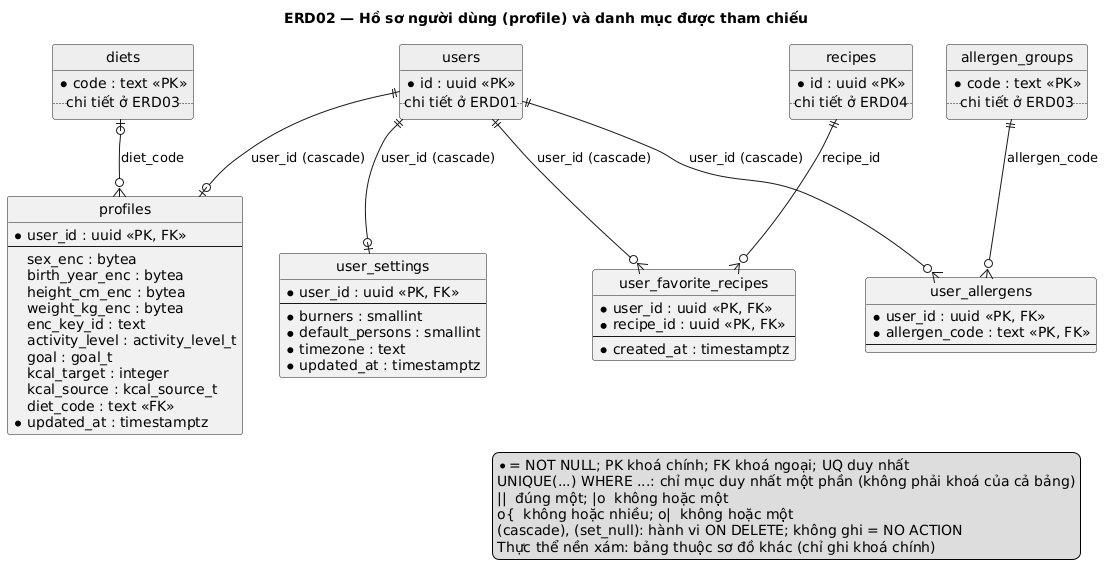
Above: docs/uml/out/erd/ERD02-ho-so.png in NamBuw/Tastoria (PlantUML), before the change. Source of this version:
```plantuml
@startuml
title ERD02 — Hồ sơ người dùng (profile) và danh mục được tham chiếu
hide circle

entity "profiles" as profiles {
  * user_id : uuid <<PK, FK>>
  --
    sex_enc : bytea
    birth_year_enc : bytea
    height_cm_enc : bytea
    weight_kg_enc : bytea
    enc_key_id : text
    activity_level : activity_level_t
    goal : goal_t
    kcal_target : integer
    kcal_source : kcal_source_t
    diet_code : text <<FK>>
  * updated_at : timestamptz
}
entity "user_allergens" as user_allergens {
  * user_id : uuid <<PK, FK>>
  * allergen_code : text <<PK, FK>>
  --
}
entity "user_favorite_recipes" as user_favorite_recipes {
  * user_id : uuid <<PK, FK>>
  * recipe_id : uuid <<PK, FK>>
  --
  * created_at : timestamptz
}
entity "user_settings" as user_settings {
  * user_id : uuid <<PK, FK>>
  --
  * burners : smallint
  * default_persons : smallint
  * timezone : text
  * updated_at : timestamptz
}
entity "users" as users #EEEEEE {
  * id : uuid <<PK>>
  .. chi tiết ở ERD01 ..
}
entity "diets" as diets #EEEEEE {
  * code : text <<PK>>
  .. chi tiết ở ERD03 ..
}
entity "allergen_groups" as allergen_groups #EEEEEE {
  * code : text <<PK>>
  .. chi tiết ở ERD03 ..
}
entity "recipes" as recipes #EEEEEE {
  * id : uuid <<PK>>
  .. chi tiết ở ERD04 ..
}

users ||--o| profiles : user_id (cascade)
diets |o--o{ profiles : diet_code
users ||--o{ user_allergens : user_id (cascade)
allergen_groups ||--o{ user_allergens : allergen_code
users ||--o{ user_favorite_recipes : user_id (cascade)
recipes ||--o{ user_favorite_recipes : recipe_id
users ||--o| user_settings : user_id (cascade)

legend right
  * = NOT NULL; PK khoá chính; FK khoá ngoại; UQ duy nhất
  UNIQUE(...) WHERE ...: chỉ mục duy nhất một phần (không phải khoá của cả bảng)
  ||  đúng một; |o  không hoặc một
  o{  không hoặc nhiều; o|  không hoặc một
  (cascade), (set_null): hành vi ON DELETE; không ghi = NO ACTION
  Thực thể nền xám: bảng thuộc sơ đồ khác (chỉ ghi khoá chính)
endlegend

@enduml
```
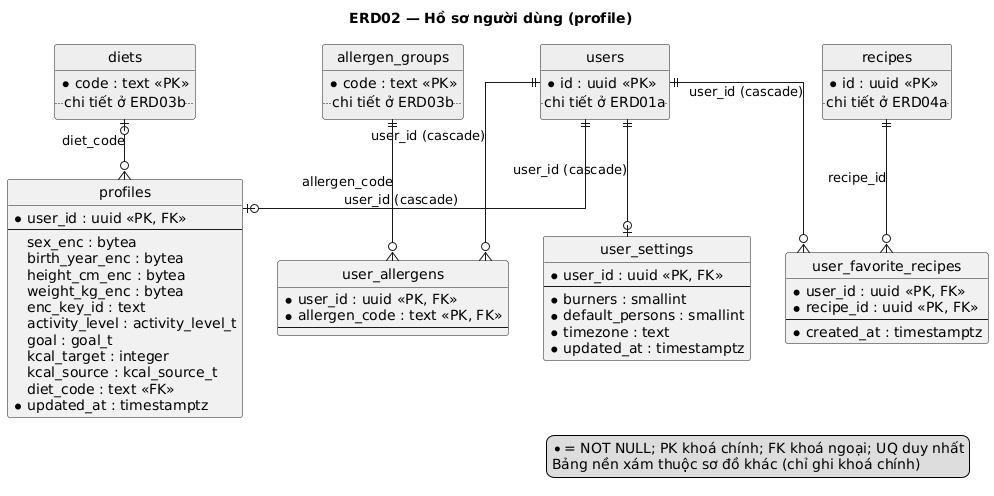
The same file after the commit.

Change to the diagram source:
```diff
@@ -1,6 +1,8 @@
 @startuml
-title ERD02 — Hồ sơ người dùng (profile) và danh mục được tham chiếu
+title ERD02 — Hồ sơ người dùng (profile)
 hide circle
+skinparam linetype ortho
+skinparam defaultFontName DejaVu Sans
 
 entity "profiles" as profiles {
   * user_id : uuid <<PK, FK>>
@@ -38,19 +40,19 @@
 }
 entity "users" as users #EEEEEE {
   * id : uuid <<PK>>
-  .. chi tiết ở ERD01 ..
+  .. chi tiết ở ERD01a ..
 }
 entity "diets" as diets #EEEEEE {
   * code : text <<PK>>
-  .. chi tiết ở ERD03 ..
+  .. chi tiết ở ERD03b ..
 }
 entity "allergen_groups" as allergen_groups #EEEEEE {
   * code : text <<PK>>
-  .. chi tiết ở ERD03 ..
+  .. chi tiết ở ERD03b ..
 }
 entity "recipes" as recipes #EEEEEE {
   * id : uuid <<PK>>
-  .. chi tiết ở ERD04 ..
+  .. chi tiết ở ERD04a ..
 }
 
 users ||--o| profiles : user_id (cascade)
@@ -63,11 +65,6 @@
 
 legend right
   * = NOT NULL; PK khoá chính; FK khoá ngoại; UQ duy nhất
-  UNIQUE(...) WHERE ...: chỉ mục duy nhất một phần (không phải khoá của cả bảng)
-  ||  đúng một; |o  không hoặc một
-  o{  không hoặc nhiều; o|  không hoặc một
-  (cascade), (set_null): hành vi ON DELETE; không ghi = NO ACTION
-  Thực thể nền xám: bảng thuộc sơ đồ khác (chỉ ghi khoá chính)
+  Bảng nền xám thuộc sơ đồ khác (chỉ ghi khoá chính)
 endlegend
-
 @enduml
```
